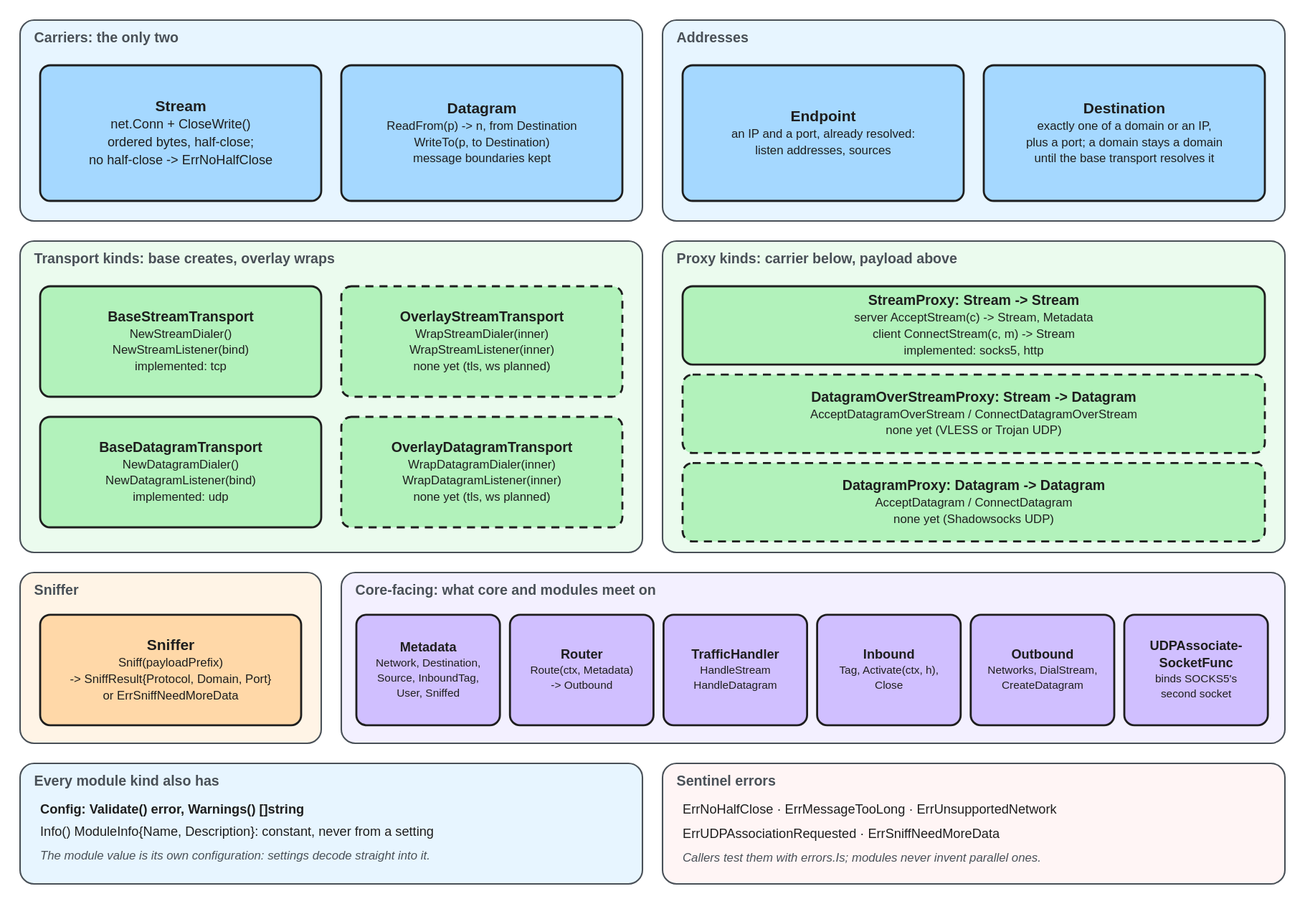
The Excalidraw diagram docs/assets/diagrams/spec-contract.excalidraw.svg in we-apranik/apranik, before a commit. Source tidied: one line per element, renumbered; positions are measured from the earlier drawing's top-left corner, leaving out a move shared by most shapes. The source it was exported from:
```json
{"id": 0, "type": "rectangle", "strokeColor": "#495057", "backgroundColor": "#e7f5ff", "fillStyle": "solid", "strokeWidth": 1, "roughness": 0, "round": true, "x": 0, "y": 0, "width": 620, "height": 200}
{"id": 1, "type": "text", "text": "Carriers: the only two", "strokeColor": "#495057", "strokeWidth": 2, "roughness": 0, "fontSize": 14, "fontFamily": 2, "verticalAlign": "middle", "x": 14, "y": 8, "width": 592, "height": 18}
{"id": 2, "type": "rectangle", "strokeColor": "#495057", "backgroundColor": "#e7f5ff", "fillStyle": "solid", "strokeWidth": 1, "roughness": 0, "round": true, "x": 640, "y": 0, "width": 620, "height": 200}
{"id": 3, "type": "text", "text": "Addresses", "strokeColor": "#495057", "strokeWidth": 2, "roughness": 0, "fontSize": 14, "fontFamily": 2, "verticalAlign": "middle", "x": 654, "y": 8, "width": 592, "height": 18}
{"id": 4, "type": "rectangle", "strokeColor": "#495057", "backgroundColor": "#ebfbee", "fillStyle": "solid", "strokeWidth": 1, "roughness": 0, "round": true, "x": 0, "y": 220, "width": 620, "height": 310}
{"id": 5, "type": "text", "text": "Transport kinds: base creates, overlay wraps", "strokeColor": "#495057", "strokeWidth": 2, "roughness": 0, "fontSize": 14, "fontFamily": 2, "verticalAlign": "middle", "x": 14, "y": 228, "width": 592, "height": 18}
{"id": 6, "type": "rectangle", "strokeColor": "#495057", "backgroundColor": "#ebfbee", "fillStyle": "solid", "strokeWidth": 1, "roughness": 0, "round": true, "x": 640, "y": 220, "width": 620, "height": 310}
{"id": 7, "type": "text", "text": "Proxy kinds: carrier below, payload above", "strokeColor": "#495057", "strokeWidth": 2, "roughness": 0, "fontSize": 14, "fontFamily": 2, "verticalAlign": "middle", "x": 654, "y": 228, "width": 592, "height": 18}
{"id": 8, "type": "rectangle", "strokeColor": "#495057", "backgroundColor": "#fff4e6", "fillStyle": "solid", "strokeWidth": 1, "roughness": 0, "round": true, "x": 0, "y": 550, "width": 300, "height": 170}
{"id": 9, "type": "text", "text": "Sniffer", "strokeColor": "#495057", "strokeWidth": 2, "roughness": 0, "fontSize": 14, "fontFamily": 2, "verticalAlign": "middle", "x": 14, "y": 558, "width": 272, "height": 18}
{"id": 10, "type": "rectangle", "strokeColor": "#495057", "backgroundColor": "#f3f0ff", "fillStyle": "solid", "strokeWidth": 1, "roughness": 0, "round": true, "x": 320, "y": 550, "width": 940, "height": 170}
{"id": 11, "type": "text", "text": "Core-facing: what core and modules meet on", "strokeColor": "#495057", "strokeWidth": 2, "roughness": 0, "fontSize": 14, "fontFamily": 2, "verticalAlign": "middle", "x": 334, "y": 558, "width": 912, "height": 18}
{"id": 12, "type": "rectangle", "strokeColor": "#495057", "backgroundColor": "#e7f5ff", "fillStyle": "solid", "strokeWidth": 1, "roughness": 0, "round": true, "x": 0, "y": 740, "width": 620, "height": 120}
{"id": 13, "type": "text", "text": "Every module kind also has", "strokeColor": "#495057", "strokeWidth": 2, "roughness": 0, "fontSize": 14, "fontFamily": 2, "verticalAlign": "middle", "x": 14, "y": 748, "width": 592, "height": 18}
{"id": 14, "type": "rectangle", "strokeColor": "#495057", "backgroundColor": "#fff5f5", "fillStyle": "solid", "strokeWidth": 1, "roughness": 0, "round": true, "x": 640, "y": 740, "width": 620, "height": 120}
{"id": 15, "type": "text", "text": "Sentinel errors", "strokeColor": "#495057", "strokeWidth": 2, "roughness": 0, "fontSize": 14, "fontFamily": 2, "verticalAlign": "middle", "x": 654, "y": 748, "width": 592, "height": 18}
{"id": 16, "type": "rectangle", "strokeColor": "#1e1e1e", "backgroundColor": "#a5d8ff", "fillStyle": "solid", "strokeWidth": 2, "roughness": 0, "round": true, "x": 20, "y": 45, "width": 280, "height": 135}
{"id": 17, "type": "text", "text": "Stream\nnet.Conn + CloseWrite()\nordered bytes, half-close;\nno half-close -> ErrNoHalfClose", "strokeColor": "#1e1e1e", "strokeWidth": 2, "roughness": 0, "fontSize": 13, "fontFamily": 2, "textAlign": "center", "verticalAlign": "middle", "inside": 16, "x": 20, "y": 45, "width": 280, "height": 65}
{"id": 18, "type": "rectangle", "strokeColor": "#1e1e1e", "backgroundColor": "#a5d8ff", "fillStyle": "solid", "strokeWidth": 2, "roughness": 0, "round": true, "x": 320, "y": 45, "width": 280, "height": 135}
{"id": 19, "type": "text", "text": "Datagram\nReadFrom(p) -> n, from Destination\nWriteTo(p, to Destination)\nmessage boundaries kept", "strokeColor": "#1e1e1e", "strokeWidth": 2, "roughness": 0, "fontSize": 12, "fontFamily": 2, "textAlign": "center", "verticalAlign": "middle", "inside": 18, "x": 320, "y": 45, "width": 280, "height": 60}
{"id": 20, "type": "rectangle", "strokeColor": "#1e1e1e", "backgroundColor": "#a5d8ff", "fillStyle": "solid", "strokeWidth": 2, "roughness": 0, "round": true, "x": 660, "y": 45, "width": 280, "height": 135}
{"id": 21, "type": "text", "text": "Endpoint\nan IP and a port, already resolved:\nlisten addresses, sources", "strokeColor": "#1e1e1e", "strokeWidth": 2, "roughness": 0, "fontSize": 12, "fontFamily": 2, "textAlign": "center", "verticalAlign": "middle", "inside": 20, "x": 660, "y": 45, "width": 280, "height": 45}
{"id": 22, "type": "rectangle", "strokeColor": "#1e1e1e", "backgroundColor": "#a5d8ff", "fillStyle": "solid", "strokeWidth": 2, "roughness": 0, "round": true, "x": 960, "y": 45, "width": 280, "height": 135}
{"id": 23, "type": "text", "text": "Destination\nexactly one of a domain or an IP,\nplus a port; a domain stays a domain\nuntil the base transport resolves it", "strokeColor": "#1e1e1e", "strokeWidth": 2, "roughness": 0, "fontSize": 12, "fontFamily": 2, "textAlign": "center", "verticalAlign": "middle", "inside": 22, "x": 960, "y": 45, "width": 280, "height": 60}
{"id": 24, "type": "rectangle", "strokeColor": "#1e1e1e", "backgroundColor": "#b2f2bb", "fillStyle": "solid", "strokeWidth": 2, "roughness": 0, "round": true, "x": 20, "y": 265, "width": 280, "height": 110}
{"id": 25, "type": "text", "text": "BaseStreamTransport\nNewStreamDialer()\nNewStreamListener(bind)\nimplemented: tcp", "strokeColor": "#1e1e1e", "strokeWidth": 2, "roughness": 0, "fontSize": 12, "fontFamily": 2, "textAlign": "center", "verticalAlign": "middle", "inside": 24, "x": 20, "y": 265, "width": 280, "height": 60}
{"id": 26, "type": "rectangle", "strokeColor": "#1e1e1e", "backgroundColor": "#b2f2bb", "fillStyle": "solid", "strokeWidth": 2, "strokeStyle": "dashed", "roughness": 0, "round": true, "x": 320, "y": 265, "width": 280, "height": 110}
{"id": 27, "type": "text", "text": "OverlayStreamTransport\nWrapStreamDialer(inner)\nWrapStreamListener(inner)\nnone yet (tls, ws planned)", "strokeColor": "#1e1e1e", "strokeWidth": 2, "roughness": 0, "fontSize": 12, "fontFamily": 2, "textAlign": "center", "verticalAlign": "middle", "inside": 26, "x": 320, "y": 265, "width": 280, "height": 60}
{"id": 28, "type": "rectangle", "strokeColor": "#1e1e1e", "backgroundColor": "#b2f2bb", "fillStyle": "solid", "strokeWidth": 2, "roughness": 0, "round": true, "x": 20, "y": 395, "width": 280, "height": 110}
{"id": 29, "type": "text", "text": "BaseDatagramTransport\nNewDatagramDialer()\nNewDatagramListener(bind)\nimplemented: udp", "strokeColor": "#1e1e1e", "strokeWidth": 2, "roughness": 0, "fontSize": 12, "fontFamily": 2, "textAlign": "center", "verticalAlign": "middle", "inside": 28, "x": 20, "y": 395, "width": 280, "height": 60}
{"id": 30, "type": "rectangle", "strokeColor": "#1e1e1e", "backgroundColor": "#b2f2bb", "fillStyle": "solid", "strokeWidth": 2, "strokeStyle": "dashed", "roughness": 0, "round": true, "x": 320, "y": 395, "width": 280, "height": 110}
{"id": 31, "type": "text", "text": "OverlayDatagramTransport\nWrapDatagramDialer(inner)\nWrapDatagramListener(inner)\nnone yet (tls, ws planned)", "strokeColor": "#1e1e1e", "strokeWidth": 2, "roughness": 0, "fontSize": 12, "fontFamily": 2, "textAlign": "center", "verticalAlign": "middle", "inside": 30, "x": 320, "y": 395, "width": 280, "height": 60}
{"id": 32, "type": "rectangle", "strokeColor": "#1e1e1e", "backgroundColor": "#b2f2bb", "fillStyle": "solid", "strokeWidth": 2, "roughness": 0, "round": true, "x": 660, "y": 265, "width": 580, "height": 78}
{"id": 33, "type": "text", "text": "StreamProxy: Stream -> Stream\nserver AcceptStream(c) -> Stream, Metadata\nclient ConnectStream(c, m) -> Stream\nimplemented: socks5, http", "strokeColor": "#1e1e1e", "strokeWidth": 2, "roughness": 0, "fontSize": 12, "fontFamily": 2, "textAlign": "center", "verticalAlign": "middle", "inside": 32, "x": 660, "y": 265, "width": 580, "height": 60}
{"id": 34, "type": "rectangle", "strokeColor": "#1e1e1e", "backgroundColor": "#b2f2bb", "fillStyle": "solid", "strokeWidth": 2, "strokeStyle": "dashed", "roughness": 0, "round": true, "x": 660, "y": 353, "width": 580, "height": 78}
{"id": 35, "type": "text", "text": "DatagramOverStreamProxy: Stream -> Datagram\nAcceptDatagramOverStream / ConnectDatagramOverStream\nnone yet (VLESS or Trojan UDP)", "strokeColor": "#1e1e1e", "strokeWidth": 2, "roughness": 0, "fontSize": 12, "fontFamily": 2, "textAlign": "center", "verticalAlign": "middle", "inside": 34, "x": 660, "y": 353, "width": 580, "height": 45}
{"id": 36, "type": "rectangle", "strokeColor": "#1e1e1e", "backgroundColor": "#b2f2bb", "fillStyle": "solid", "strokeWidth": 2, "strokeStyle": "dashed", "roughness": 0, "round": true, "x": 660, "y": 441, "width": 580, "height": 78}
{"id": 37, "type": "text", "text": "DatagramProxy: Datagram -> Datagram\nAcceptDatagram / ConnectDatagram\nnone yet (Shadowsocks UDP)", "strokeColor": "#1e1e1e", "strokeWidth": 2, "roughness": 0, "fontSize": 12, "fontFamily": 2, "textAlign": "center", "verticalAlign": "middle", "inside": 36, "x": 660, "y": 441, "width": 580, "height": 45}
{"id": 38, "type": "rectangle", "strokeColor": "#1e1e1e", "backgroundColor": "#ffd8a8", "fillStyle": "solid", "strokeWidth": 2, "roughness": 0, "round": true, "x": 20, "y": 592, "width": 260, "height": 110}
{"id": 39, "type": "text", "text": "Sniffer\nSniff(payloadPrefix)\n-> SniffResult{Protocol, Domain, Port}\nor ErrSniffNeedMoreData", "strokeColor": "#1e1e1e", "strokeWidth": 2, "roughness": 0, "fontSize": 12, "fontFamily": 2, "textAlign": "center", "verticalAlign": "middle", "inside": 38, "x": 20, "y": 592, "width": 260, "height": 60}
{"id": 40, "type": "rectangle", "strokeColor": "#1e1e1e", "backgroundColor": "#d0bfff", "fillStyle": "solid", "strokeWidth": 2, "roughness": 0, "round": true, "x": 335, "y": 592, "width": 143, "height": 110}
{"id": 41, "type": "text", "text": "Metadata\nNetwork, Destination,\nSource, InboundTag,\nUser, Sniffed", "strokeColor": "#1e1e1e", "strokeWidth": 2, "roughness": 0, "fontSize": 11, "fontFamily": 2, "textAlign": "center", "verticalAlign": "middle", "inside": 40, "x": 335, "y": 592, "width": 143, "height": 55}
{"id": 42, "type": "rectangle", "strokeColor": "#1e1e1e", "backgroundColor": "#d0bfff", "fillStyle": "solid", "strokeWidth": 2, "roughness": 0, "round": true, "x": 488, "y": 592, "width": 143, "height": 110}
{"id": 43, "type": "text", "text": "Router\nRoute(ctx, Metadata)\n-> Outbound", "strokeColor": "#1e1e1e", "strokeWidth": 2, "roughness": 0, "fontSize": 11, "fontFamily": 2, "textAlign": "center", "verticalAlign": "middle", "inside": 42, "x": 488, "y": 592, "width": 143, "height": 41}
{"id": 44, "type": "rectangle", "strokeColor": "#1e1e1e", "backgroundColor": "#d0bfff", "fillStyle": "solid", "strokeWidth": 2, "roughness": 0, "round": true, "x": 641, "y": 592, "width": 143, "height": 110}
{"id": 45, "type": "text", "text": "TrafficHandler\nHandleStream\nHandleDatagram", "strokeColor": "#1e1e1e", "strokeWidth": 2, "roughness": 0, "fontSize": 11, "fontFamily": 2, "textAlign": "center", "verticalAlign": "middle", "inside": 44, "x": 641, "y": 592, "width": 143, "height": 41}
{"id": 46, "type": "rectangle", "strokeColor": "#1e1e1e", "backgroundColor": "#d0bfff", "fillStyle": "solid", "strokeWidth": 2, "roughness": 0, "round": true, "x": 794, "y": 592, "width": 143, "height": 110}
{"id": 47, "type": "text", "text": "Inbound\nTag, Activate(ctx, h),\nClose", "strokeColor": "#1e1e1e", "strokeWidth": 2, "roughness": 0, "fontSize": 11, "fontFamily": 2, "textAlign": "center", "verticalAlign": "middle", "inside": 46, "x": 794, "y": 592, "width": 143, "height": 41}
{"id": 48, "type": "rectangle", "strokeColor": "#1e1e1e", "backgroundColor": "#d0bfff", "fillStyle": "solid", "strokeWidth": 2, "roughness": 0, "round": true, "x": 947, "y": 592, "width": 143, "height": 110}
{"id": 49, "type": "text", "text": "Outbound\nNetworks, DialStream,\nCreateDatagram", "strokeColor": "#1e1e1e", "strokeWidth": 2, "roughness": 0, "fontSize": 11, "fontFamily": 2, "textAlign": "center", "verticalAlign": "middle", "inside": 48, "x": 947, "y": 592, "width": 143, "height": 41}
{"id": 50, "type": "rectangle", "strokeColor": "#1e1e1e", "backgroundColor": "#d0bfff", "fillStyle": "solid", "strokeWidth": 2, "roughness": 0, "round": true, "x": 1100, "y": 592, "width": 143, "height": 110}
{"id": 51, "type": "text", "text": "UDPAssociate-\nSocketFunc\nbinds SOCKS5's\nsecond socket", "strokeColor": "#1e1e1e", "strokeWidth": 2, "roughness": 0, "fontSize": 11, "fontFamily": 2, "textAlign": "center", "verticalAlign": "middle", "inside": 50, "x": 1100, "y": 592, "width": 143, "height": 55}
{"id": 52, "type": "text", "text": "Config: Validate() error, Warnings() []string", "strokeColor": "#1e1e1e", "strokeWidth": 2, "roughness": 0, "fontSize": 13, "fontFamily": 2, "verticalAlign": "middle", "x": 20, "y": 777, "width": 334, "height": 16}
{"id": 53, "type": "text", "text": "Info() ModuleInfo{Name, Description}: constant, never from a setting", "strokeColor": "#1e1e1e", "strokeWidth": 2, "roughness": 0, "fontSize": 13, "fontFamily": 2, "verticalAlign": "middle", "x": 20, "y": 799, "width": 466, "height": 16}
{"id": 54, "type": "text", "text": "The module value is its own configuration: settings decode straight into it.", "strokeColor": "#495057", "strokeWidth": 2, "roughness": 0, "fontSize": 12, "fontFamily": 2, "verticalAlign": "middle", "x": 20, "y": 824, "width": 480, "height": 15}
{"id": 55, "type": "text", "text": "ErrNoHalfClose · ErrMessageTooLong · ErrUnsupportedNetwork", "strokeColor": "#1e1e1e", "strokeWidth": 2, "roughness": 0, "fontSize": 13, "fontFamily": 2, "verticalAlign": "middle", "x": 660, "y": 777, "width": 398, "height": 16}
{"id": 56, "type": "text", "text": "ErrUDPAssociationRequested · ErrSniffNeedMoreData", "strokeColor": "#1e1e1e", "strokeWidth": 2, "roughness": 0, "fontSize": 13, "fontFamily": 2, "verticalAlign": "middle", "x": 660, "y": 801, "width": 337, "height": 16}
{"id": 57, "type": "text", "text": "Callers test them with errors.Is; modules never invent parallel ones.", "strokeColor": "#495057", "strokeWidth": 2, "roughness": 0, "fontSize": 12, "fontFamily": 2, "verticalAlign": "middle", "x": 660, "y": 826, "width": 437, "height": 15}
```
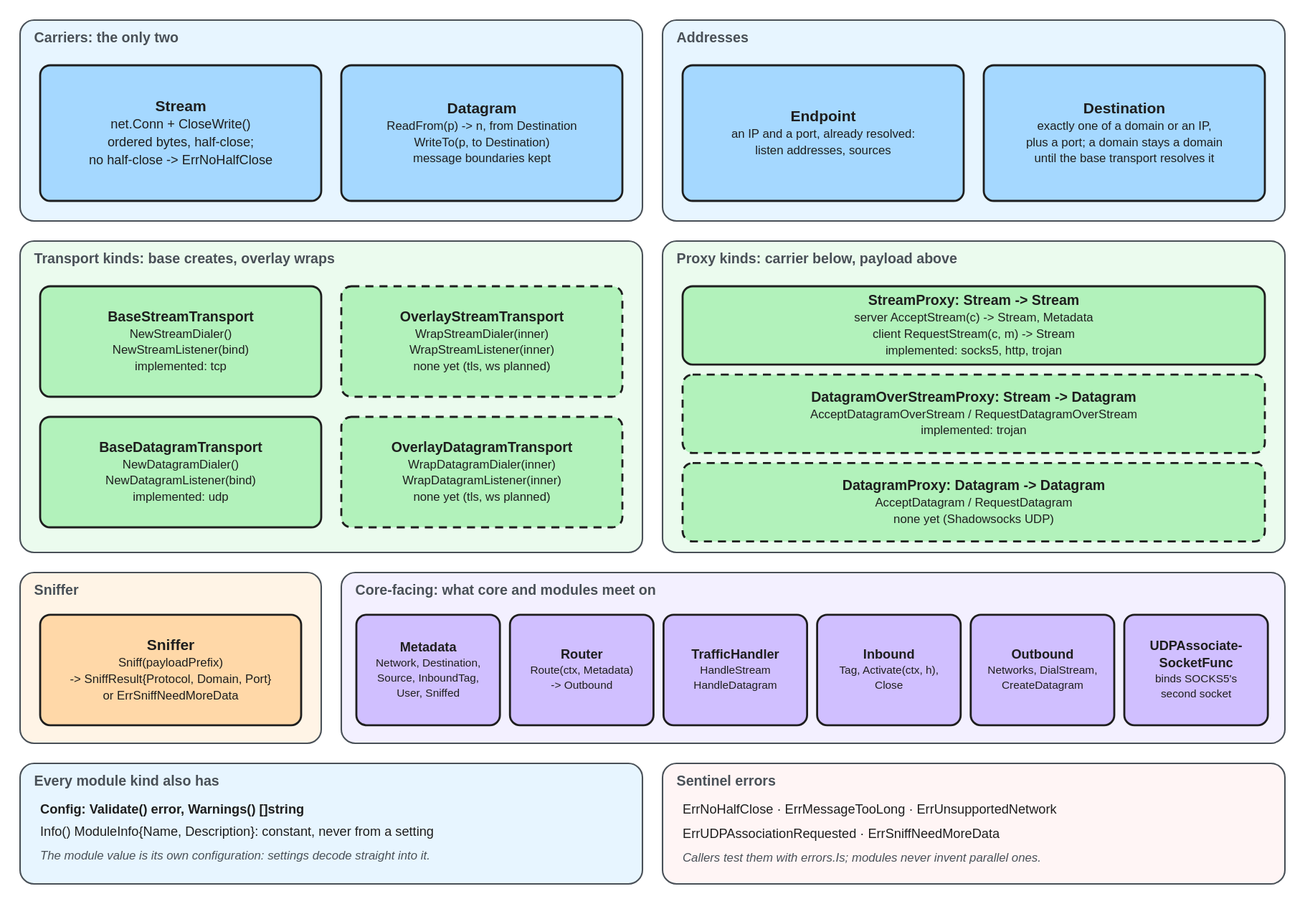
After the change.

Commit message:
Update docs and diagrams for Trojan

The edit, as a diff of the source:
```diff
@@ -31,11 +31,11 @@
 {"id": 30, "type": "rectangle", "strokeColor": "#1e1e1e", "backgroundColor": "#b2f2bb", "fillStyle": "solid", "strokeWidth": 2, "strokeStyle": "dashed", "roughness": 0, "round": true, "x": 320, "y": 395, "width": 280, "height": 110}
 {"id": 31, "type": "text", "text": "OverlayDatagramTransport\nWrapDatagramDialer(inner)\nWrapDatagramListener(inner)\nnone yet (tls, ws planned)", "strokeColor": "#1e1e1e", "strokeWidth": 2, "roughness": 0, "fontSize": 12, "fontFamily": 2, "textAlign": "center", "verticalAlign": "middle", "inside": 30, "x": 320, "y": 395, "width": 280, "height": 60}
 {"id": 32, "type": "rectangle", "strokeColor": "#1e1e1e", "backgroundColor": "#b2f2bb", "fillStyle": "solid", "strokeWidth": 2, "roughness": 0, "round": true, "x": 660, "y": 265, "width": 580, "height": 78}
-{"id": 33, "type": "text", "text": "StreamProxy: Stream -> Stream\nserver AcceptStream(c) -> Stream, Metadata\nclient ConnectStream(c, m) -> Stream\nimplemented: socks5, http", "strokeColor": "#1e1e1e", "strokeWidth": 2, "roughness": 0, "fontSize": 12, "fontFamily": 2, "textAlign": "center", "verticalAlign": "middle", "inside": 32, "x": 660, "y": 265, "width": 580, "height": 60}
+{"id": 33, "type": "text", "text": "StreamProxy: Stream -> Stream\nserver AcceptStream(c) -> Stream, Metadata\nclient RequestStream(c, m) -> Stream\nimplemented: socks5, http, trojan", "strokeColor": "#1e1e1e", "strokeWidth": 2, "roughness": 0, "fontSize": 12, "fontFamily": 2, "textAlign": "center", "verticalAlign": "middle", "inside": 32, "x": 660, "y": 265, "width": 580, "height": 60}
 {"id": 34, "type": "rectangle", "strokeColor": "#1e1e1e", "backgroundColor": "#b2f2bb", "fillStyle": "solid", "strokeWidth": 2, "strokeStyle": "dashed", "roughness": 0, "round": true, "x": 660, "y": 353, "width": 580, "height": 78}
-{"id": 35, "type": "text", "text": "DatagramOverStreamProxy: Stream -> Datagram\nAcceptDatagramOverStream / ConnectDatagramOverStream\nnone yet (VLESS or Trojan UDP)", "strokeColor": "#1e1e1e", "strokeWidth": 2, "roughness": 0, "fontSize": 12, "fontFamily": 2, "textAlign": "center", "verticalAlign": "middle", "inside": 34, "x": 660, "y": 353, "width": 580, "height": 45}
+{"id": 35, "type": "text", "text": "DatagramOverStreamProxy: Stream -> Datagram\nAcceptDatagramOverStream / RequestDatagramOverStream\nimplemented: trojan", "strokeColor": "#1e1e1e", "strokeWidth": 2, "roughness": 0, "fontSize": 12, "fontFamily": 2, "textAlign": "center", "verticalAlign": "middle", "inside": 34, "x": 660, "y": 353, "width": 580, "height": 45}
 {"id": 36, "type": "rectangle", "strokeColor": "#1e1e1e", "backgroundColor": "#b2f2bb", "fillStyle": "solid", "strokeWidth": 2, "strokeStyle": "dashed", "roughness": 0, "round": true, "x": 660, "y": 441, "width": 580, "height": 78}
-{"id": 37, "type": "text", "text": "DatagramProxy: Datagram -> Datagram\nAcceptDatagram / ConnectDatagram\nnone yet (Shadowsocks UDP)", "strokeColor": "#1e1e1e", "strokeWidth": 2, "roughness": 0, "fontSize": 12, "fontFamily": 2, "textAlign": "center", "verticalAlign": "middle", "inside": 36, "x": 660, "y": 441, "width": 580, "height": 45}
+{"id": 37, "type": "text", "text": "DatagramProxy: Datagram -> Datagram\nAcceptDatagram / RequestDatagram\nnone yet (Shadowsocks UDP)", "strokeColor": "#1e1e1e", "strokeWidth": 2, "roughness": 0, "fontSize": 12, "fontFamily": 2, "textAlign": "center", "verticalAlign": "middle", "inside": 36, "x": 660, "y": 441, "width": 580, "height": 45}
 {"id": 38, "type": "rectangle", "strokeColor": "#1e1e1e", "backgroundColor": "#ffd8a8", "fillStyle": "solid", "strokeWidth": 2, "roughness": 0, "round": true, "x": 20, "y": 592, "width": 260, "height": 110}
 {"id": 39, "type": "text", "text": "Sniffer\nSniff(payloadPrefix)\n-> SniffResult{Protocol, Domain, Port}\nor ErrSniffNeedMoreData", "strokeColor": "#1e1e1e", "strokeWidth": 2, "roughness": 0, "fontSize": 12, "fontFamily": 2, "textAlign": "center", "verticalAlign": "middle", "inside": 38, "x": 20, "y": 592, "width": 260, "height": 60}
 {"id": 40, "type": "rectangle", "strokeColor": "#1e1e1e", "backgroundColor": "#d0bfff", "fillStyle": "solid", "strokeWidth": 2, "roughness": 0, "round": true, "x": 335, "y": 592, "width": 143, "height": 110}
```
